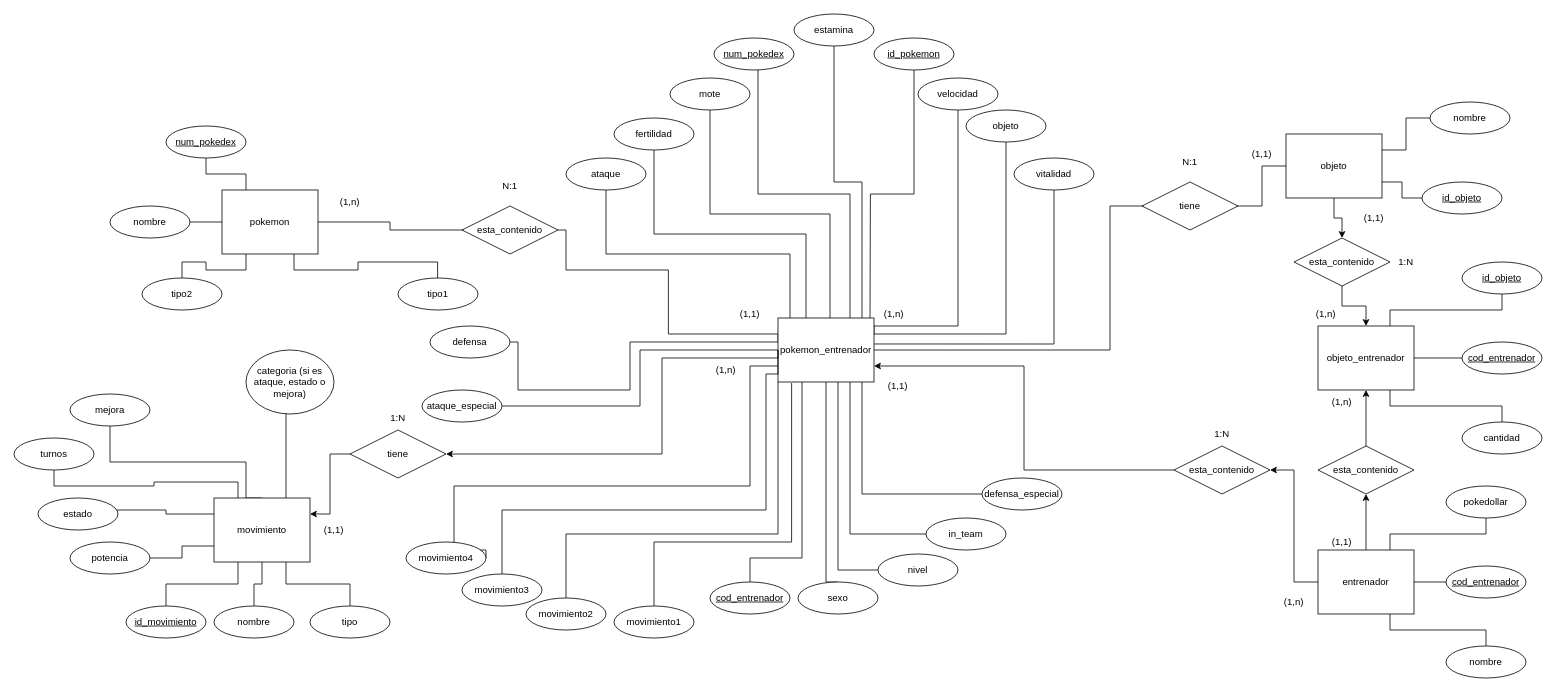
Above: bd/Entidad-Relacion-Pokemon.drawio in GabriLoren/Pokemon (draw.io), before the change. Source tidied: cells renumbered, new cells numbered last; positions are measured from the earlier drawing's top-left corner, leaving out a move shared by most shapes. Both pictures are drawn from the tidied source at 80%, with x=0, y=0 at pixel (14, 14).
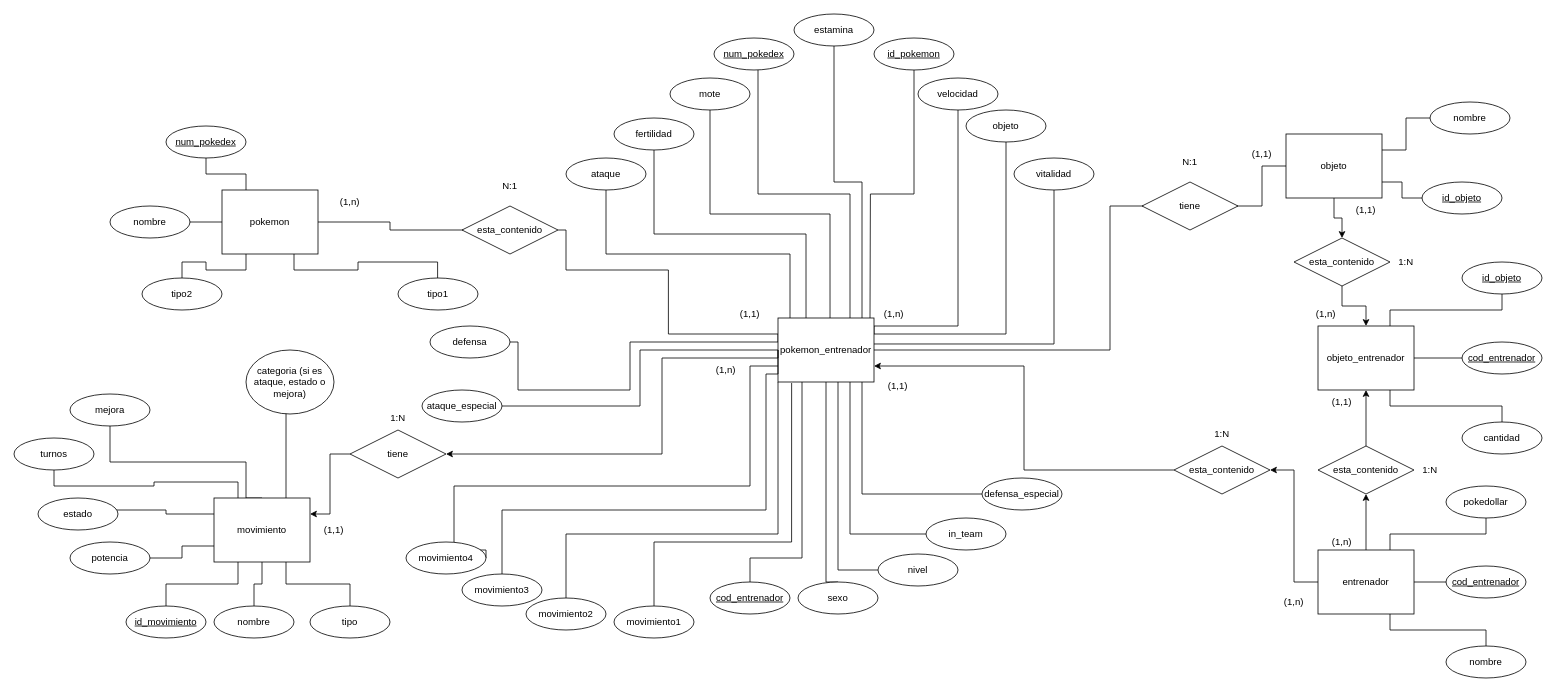
The same diagram, later.

Commit message (it also covers changes not shown here):
Diagrama y captura correcto ahora si

Change to the diagram source:
```diff
@@
     <mxCell id="118" value="(1,1)" style="text;html=1;strokeColor=none;fillColor=none;align=center;verticalAlign=middle;whiteSpace=wrap;rounded=0;" parent="1" vertex="1">
-      <mxGeometry x="1670" y="240" width="60" height="30" as="geometry" />
+      <mxGeometry x="1660" y="230" width="60" height="30" as="geometry" />
     </mxCell>
@@
-    <mxCell id="121" value="(1,1)" style="text;html=1;strokeColor=none;fillColor=none;align=center;verticalAlign=middle;whiteSpace=wrap;rounded=0;" parent="1" vertex="1">
+    <mxCell id="121" value="(1,n)" style="text;html=1;strokeColor=none;fillColor=none;align=center;verticalAlign=middle;whiteSpace=wrap;rounded=0;" parent="1" vertex="1">
       <mxGeometry x="1630" y="645" width="60" height="30" as="geometry" />
     </mxCell>
-    <mxCell id="122" value="(1,n)" style="text;html=1;strokeColor=none;fillColor=none;align=center;verticalAlign=middle;whiteSpace=wrap;rounded=0;" parent="1" vertex="1">
+    <mxCell id="122" value="(1,1)" style="text;html=1;strokeColor=none;fillColor=none;align=center;verticalAlign=middle;whiteSpace=wrap;rounded=0;" parent="1" vertex="1">
       <mxGeometry x="1630" y="470" width="60" height="30" as="geometry" />
     </mxCell>
+    <mxCell id="123" value="1:N" style="text;html=1;strokeColor=none;fillColor=none;align=center;verticalAlign=middle;whiteSpace=wrap;rounded=0;" parent="1" vertex="1">
+      <mxGeometry x="1740" y="555" width="60" height="30" as="geometry" />
+    </mxCell>
```
